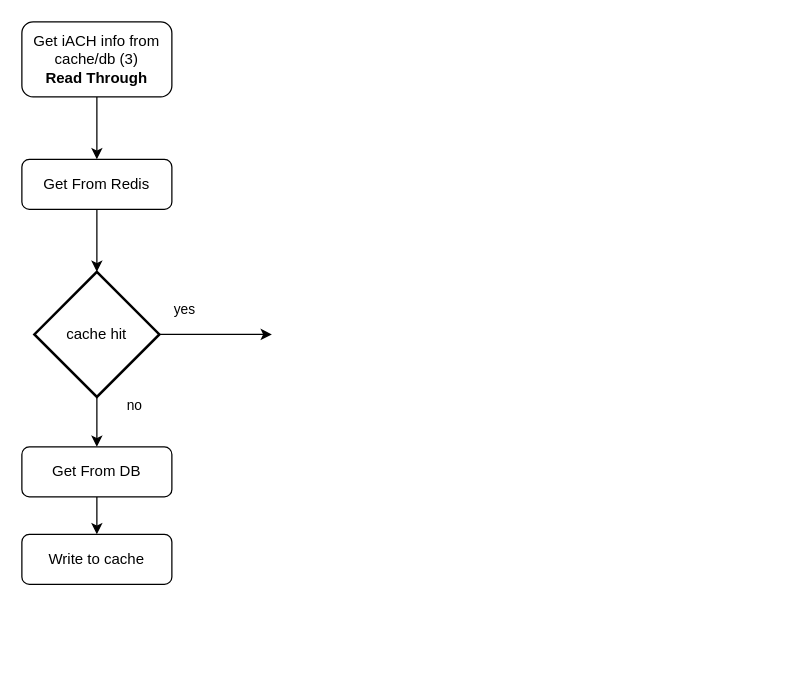
Before: page "Page-2" (2 of 2) of Untitled Diagram.drawio in michaelchernitsky/test, a draw.io diagram. Source tidied: cells renumbered, new cells numbered last; positions are measured from the earlier drawing's top-left corner, leaving out a move shared by most shapes. Both pictures are drawn from the tidied source at 125%, with x=0, y=0 at pixel (21, 21).
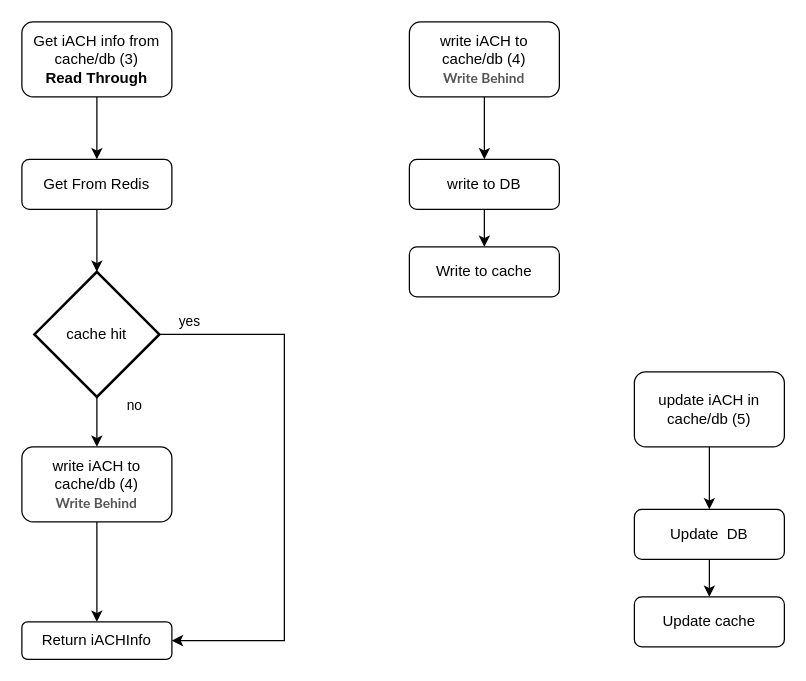
The same page after the edit.

The change refers to these unchanged cells:
```xml
<mxCell id="8" value="&lt;div style=&quot;text-align: justify&quot;&gt;cache hit&lt;/div&gt;" style="strokeWidth=2;html=1;shape=mxgraph.flowchart.decision;whiteSpace=wrap;" parent="1" vertex="1">
  <mxGeometry x="10" y="200" width="100" height="100" as="geometry" />
</mxCell>
```

Diff of the diagram source:
```diff
@@
     <mxCell id="6" value="yes" style="edgeStyle=orthogonalEdgeStyle;rounded=0;jettySize=auto;html=1;" parent="1" edge="1" source="8">
-      <mxGeometry x="-0.56" y="20" relative="1" as="geometry">
-        <mxPoint x="200" y="250" as="targetPoint" />
+      <mxGeometry x="-0.89" y="10" relative="1" as="geometry">
+        <mxPoint x="120" y="495" as="targetPoint" />
         <Array as="points">
-          <mxPoint x="140" y="250" />
-          <mxPoint x="140" y="250" />
+          <mxPoint x="210" y="250" />
+          <mxPoint x="210" y="495" />
         </Array>
       </mxGeometry>
     </mxCell>
@@
-    <mxCell id="9" style="edgeStyle=orthogonalEdgeStyle;rounded=0;jettySize=auto;html=1;" parent="1" edge="1" source="10" target="11">
+    <mxCell id="9" style="edgeStyle=orthogonalEdgeStyle;rounded=0;jettySize=auto;html=1;entryX=0.5;entryY=0;entryDx=0;entryDy=0;" parent="1" edge="1" source="10" target="12">
       <mxGeometry relative="1" as="geometry" />
     </mxCell>
-    <mxCell id="10" value="Get From DB" style="rounded=1;whiteSpace=wrap;html=1;" parent="1" vertex="1">
-      <mxGeometry y="340" width="120" height="40" as="geometry" />
+    <mxCell id="10" value="write iACH to cache/db (4)&lt;br&gt;&lt;span style=&quot;font-size: 11px ; background-color: rgb(255 , 255 , 255) ; color: rgb(85 , 85 , 85) ; font-family: &amp;#34;lato&amp;#34; , &amp;#34;pingfang sc&amp;#34; , &amp;#34;microsoft yahei&amp;#34; , sans-serif ; text-align: justify&quot;&gt;&lt;b&gt;Write Behind&lt;/b&gt;&lt;/span&gt;" style="rounded=1;whiteSpace=wrap;html=1;" parent="1" vertex="1">
+      <mxGeometry y="340" width="120" height="60" as="geometry" />
     </mxCell>
+    <mxCell id="12" value="Return iACHInfo" style="whiteSpace=wrap;html=1;rounded=1;" parent="1" vertex="1">
+      <mxGeometry y="480" width="120" height="30" as="geometry" />
+    </mxCell>
+    <mxCell id="13" style="edgeStyle=orthogonalEdgeStyle;rounded=0;jettySize=auto;html=1;" parent="1" edge="1" source="14">
+      <mxGeometry relative="1" as="geometry">
+        <mxPoint x="370" y="110" as="targetPoint" />
+      </mxGeometry>
+    </mxCell>
+    <mxCell id="14" value="write iACH to cache/db (4)&lt;br&gt;&lt;span style=&quot;font-size: 11px ; background-color: rgb(255 , 255 , 255) ; color: rgb(85 , 85 , 85) ; font-family: &amp;#34;lato&amp;#34; , &amp;#34;pingfang sc&amp;#34; , &amp;#34;microsoft yahei&amp;#34; , sans-serif ; text-align: justify&quot;&gt;&lt;b&gt;Write Behind&lt;/b&gt;&lt;/span&gt;" style="rounded=1;whiteSpace=wrap;html=1;" parent="1" vertex="1">
+      <mxGeometry x="310" width="120" height="60" as="geometry" />
+    </mxCell>
+    <mxCell id="15" style="edgeStyle=orthogonalEdgeStyle;rounded=0;jettySize=auto;html=1;" parent="1" edge="1" source="16" target="11">
+      <mxGeometry relative="1" as="geometry" />
+    </mxCell>
+    <mxCell id="16" value="write to DB" style="rounded=1;whiteSpace=wrap;html=1;" parent="1" vertex="1">
+      <mxGeometry x="310" y="110" width="120" height="40" as="geometry" />
+    </mxCell>
     <mxCell id="11" value="Write to cache" style="rounded=1;whiteSpace=wrap;html=1;" parent="1" vertex="1">
-      <mxGeometry y="410" width="120" height="40" as="geometry" />
+      <mxGeometry x="310" y="180" width="120" height="40" as="geometry" />
     </mxCell>
+    <mxCell id="17" style="edgeStyle=orthogonalEdgeStyle;rounded=0;jettySize=auto;html=1;" parent="1" edge="1" source="18">
+      <mxGeometry relative="1" as="geometry">
+        <mxPoint x="550" y="390" as="targetPoint" />
+      </mxGeometry>
+    </mxCell>
+    <mxCell id="18" value="update iACH in cache/db (5)" style="rounded=1;whiteSpace=wrap;html=1;" parent="1" vertex="1">
+      <mxGeometry x="490" y="280" width="120" height="60" as="geometry" />
+    </mxCell>
+    <mxCell id="19" style="edgeStyle=orthogonalEdgeStyle;rounded=0;jettySize=auto;html=1;" parent="1" edge="1" source="20" target="21">
+      <mxGeometry relative="1" as="geometry" />
+    </mxCell>
+    <mxCell id="20" value="Update&amp;nbsp; DB" style="rounded=1;whiteSpace=wrap;html=1;" parent="1" vertex="1">
+      <mxGeometry x="490" y="390" width="120" height="40" as="geometry" />
+    </mxCell>
+    <mxCell id="21" value="Update cache" style="rounded=1;whiteSpace=wrap;html=1;" parent="1" vertex="1">
+      <mxGeometry x="490" y="460" width="120" height="40" as="geometry" />
+    </mxCell>
```
